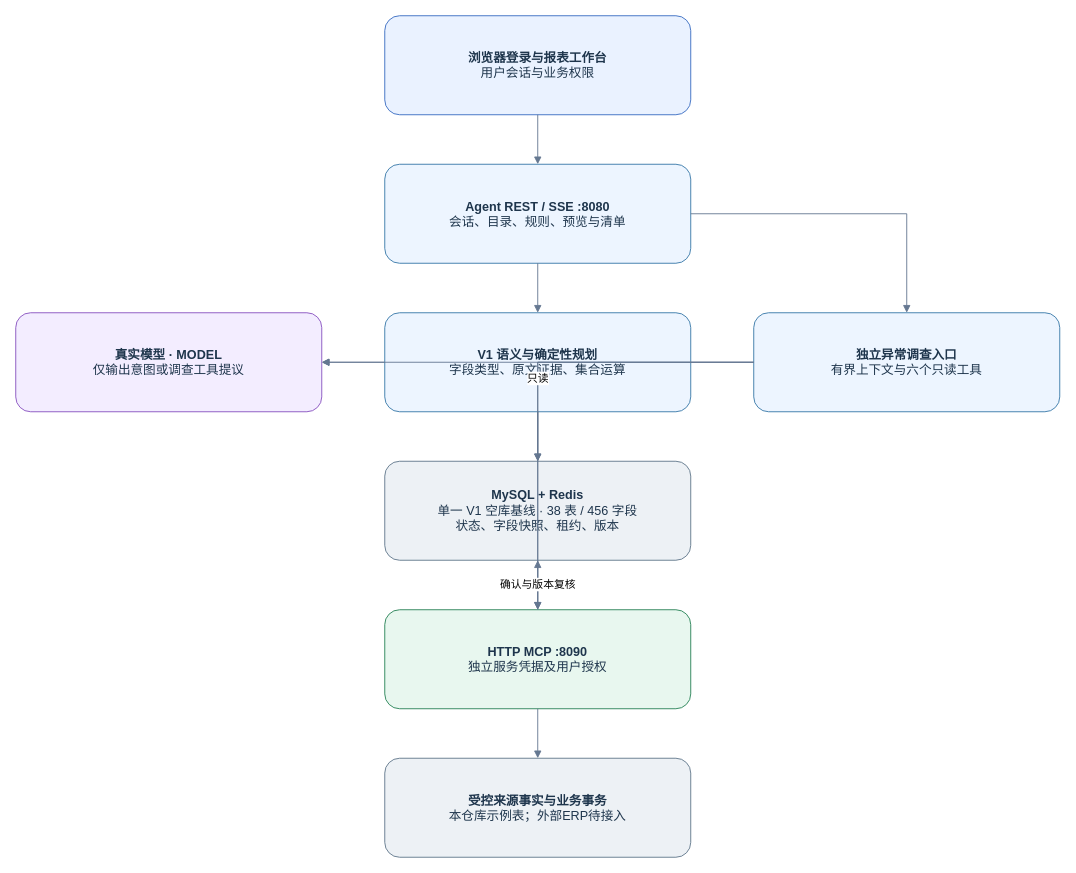
This is page "01 系统与信任边界" (1 of 10) of docs/diagrams/demo-final/demo-final.drawio from QSZJAVA/agent_demo, a draw.io file, before an edit. Source tidied: cells renumbered, new cells numbered last; positions are measured from the earlier drawing's top-left corner, leaving out a move shared by most shapes. Both pictures are drawn from the tidied source at 90%, with x=0, y=0 at pixel (15, 15).
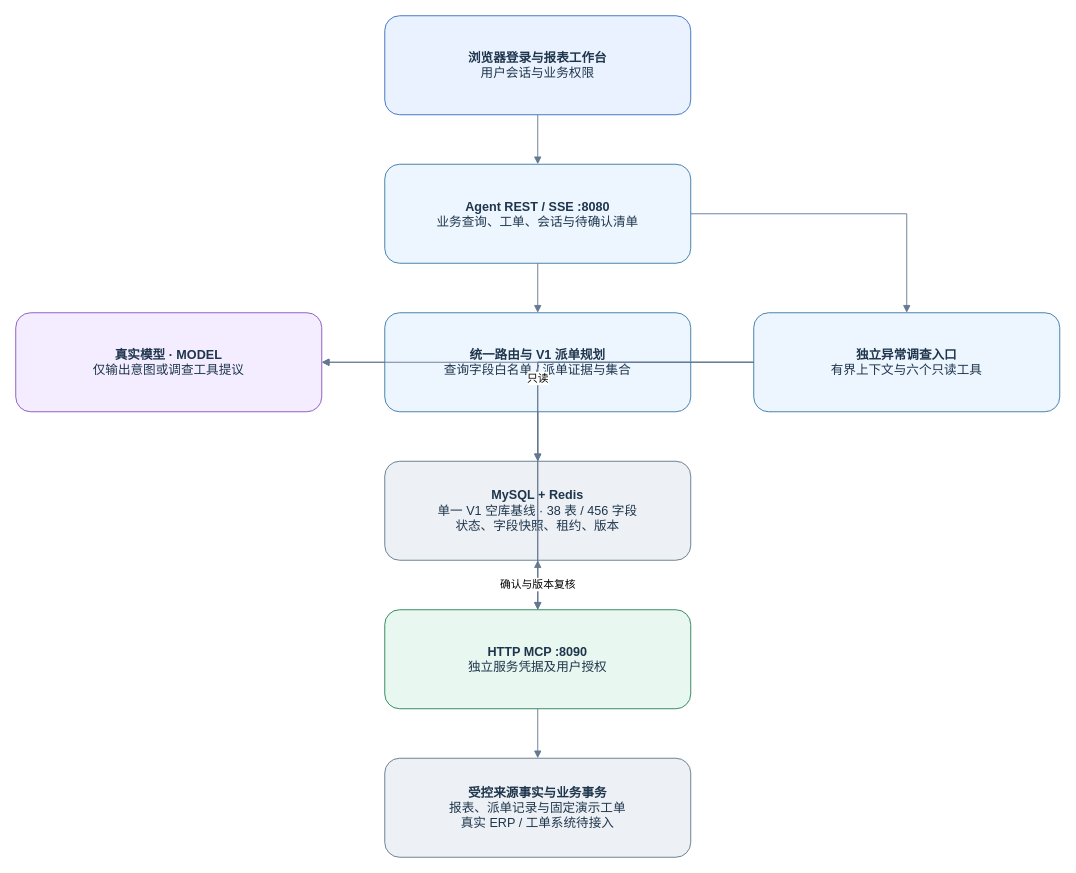
After the change.

Diff of the diagram source:
```diff
@@
-    <mxCell id="3" value="&lt;b&gt;Agent REST / SSE :8080&lt;/b&gt;&lt;br&gt;会话、目录、规则、预览与清单" style="rounded=1;whiteSpace=wrap;html=1;fillColor=#edf5ff;strokeColor=#3778a8;fontColor=#1e354c;fontFamily=Microsoft YaHei;fontSize=14;" parent="1" vertex="1">
+    <mxCell id="3" value="&lt;b&gt;Agent REST / SSE :8080&lt;/b&gt;&lt;br&gt;业务查询、工单、会话与待确认清单" style="rounded=1;whiteSpace=wrap;html=1;fillColor=#edf5ff;strokeColor=#3778a8;fontColor=#1e354c;fontFamily=Microsoft YaHei;fontSize=14;" parent="1" vertex="1">
       <mxGeometry x="410" y="165" width="340" height="110" as="geometry" />
     </mxCell>
@@
-    <mxCell id="5" value="&lt;b&gt;V1 语义与确定性规划&lt;/b&gt;&lt;br&gt;字段类型、原文证据、集合运算" style="rounded=1;whiteSpace=wrap;html=1;fillColor=#edf5ff;strokeColor=#3778a8;fontColor=#1e354c;fontFamily=Microsoft YaHei;fontSize=14;" parent="1" vertex="1">
+    <mxCell id="5" value="&lt;b&gt;统一路由与 V1 派单规划&lt;/b&gt;&lt;br&gt;查询字段白名单 / 派单证据与集合" style="rounded=1;whiteSpace=wrap;html=1;fillColor=#edf5ff;strokeColor=#3778a8;fontColor=#1e354c;fontFamily=Microsoft YaHei;fontSize=14;" parent="1" vertex="1">
       <mxGeometry x="410" y="330" width="340" height="110" as="geometry" />
     </mxCell>
@@
-    <mxCell id="9" value="&lt;b&gt;受控来源事实与业务事务&lt;/b&gt;&lt;br&gt;本仓库示例表；外部ERP待接入" style="rounded=1;whiteSpace=wrap;html=1;fillColor=#edf1f5;strokeColor=#60768b;fontColor=#1e354c;fontFamily=Microsoft YaHei;fontSize=14;" parent="1" vertex="1">
+    <mxCell id="9" value="&lt;b&gt;受控来源事实与业务事务&lt;/b&gt;&lt;br&gt;报表、派单记录与固定演示工单&lt;br&gt;真实 ERP / 工单系统待接入" style="rounded=1;whiteSpace=wrap;html=1;fillColor=#edf1f5;strokeColor=#60768b;fontColor=#1e354c;fontFamily=Microsoft YaHei;fontSize=14;" parent="1" vertex="1">
       <mxGeometry x="410" y="825" width="340" height="110" as="geometry" />
     </mxCell>
```
